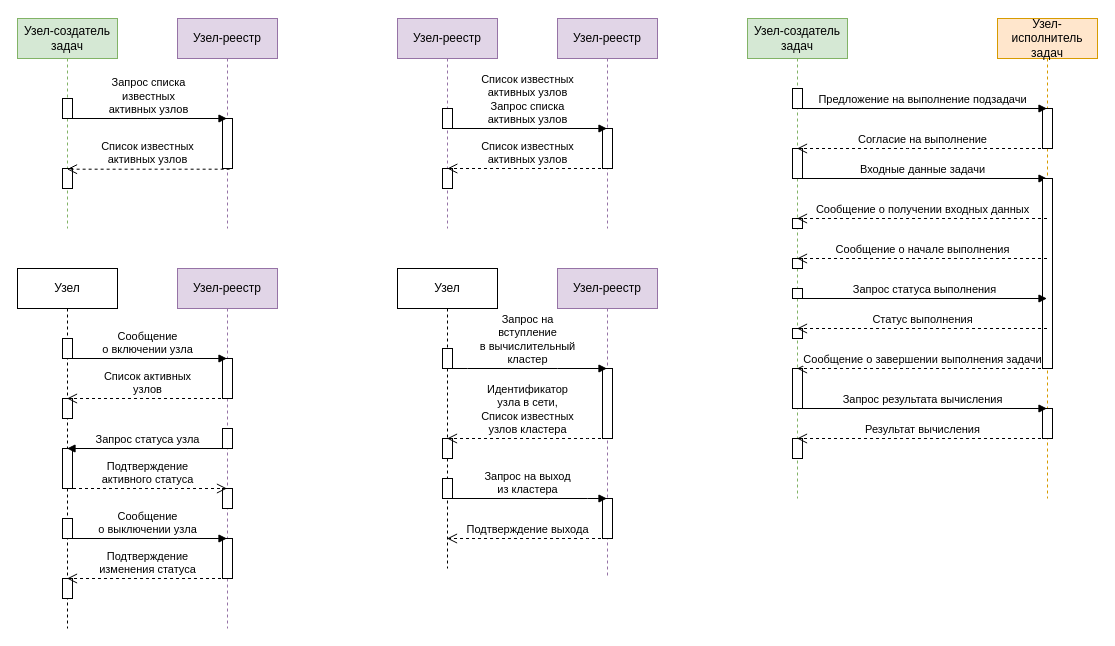
Before: docs/sequences.drawio in PenzaStreetGames/DistributedGridSearch, a draw.io diagram. Source tidied: cells renumbered, new cells numbered last; positions are measured from the earlier drawing's top-left corner, leaving out a move shared by most shapes. Both pictures are drawn from the tidied source at 100%, with x=0, y=0 at pixel (17, 18).
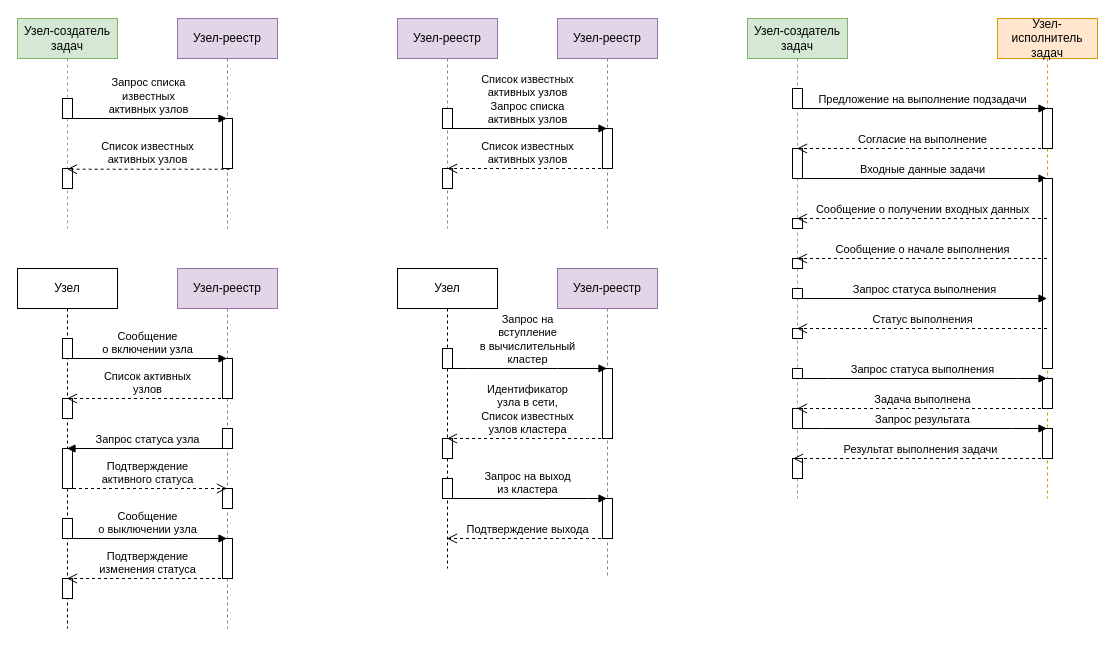
After the change.

The change refers to these unchanged cells:
```xml
<mxCell id="47" value="Узел-создатель задач" style="shape=umlLifeline;perimeter=lifelinePerimeter;whiteSpace=wrap;html=1;outlineConnect=0;fillColor=#d5e8d4;strokeColor=#82b366;" parent="1" vertex="1">
  <mxGeometry x="730" width="100" height="480" as="geometry" />
</mxCell>
<mxCell id="56" value="Узел-исполнитель задач" style="shape=umlLifeline;perimeter=lifelinePerimeter;whiteSpace=wrap;html=1;outlineConnect=0;fillColor=#ffe6cc;strokeColor=#d79b00;" parent="1" vertex="1">
  <mxGeometry x="980" width="100" height="480" as="geometry" />
</mxCell>
```

The edit, as a diff of the source:
```diff
@@
     <mxCell id="53" style="html=1;perimeter=orthogonalPerimeter;" parent="47" vertex="1">
-      <mxGeometry x="45" y="350" width="10" height="40" as="geometry" />
+      <mxGeometry x="45" y="350" width="10" height="10" as="geometry" />
     </mxCell>
@@
     <mxCell id="55" style="html=1;perimeter=orthogonalPerimeter;" parent="47" vertex="1">
-      <mxGeometry x="45" y="420" width="10" height="20" as="geometry" />
+      <mxGeometry x="45" y="390" width="10" height="20" as="geometry" />
     </mxCell>
+    <mxCell id="71" style="html=1;perimeter=orthogonalPerimeter;" parent="47" vertex="1">
+      <mxGeometry x="45" y="440" width="10" height="20" as="geometry" />
+    </mxCell>
@@
+    <mxCell id="72" value="Результат выполнения задачи" style="html=1;verticalAlign=bottom;endArrow=open;dashed=1;endSize=8;rounded=0;" parent="56" edge="1" source="56">
+      <mxGeometry relative="1" as="geometry">
+        <mxPoint x="-204.4" y="440" as="targetPoint" />
+        <Array as="points">
+          <mxPoint x="5.5" y="440" />
+          <mxPoint x="-54.5" y="440" />
+          <mxPoint x="-104.5" y="440" />
+        </Array>
+      </mxGeometry>
+    </mxCell>
@@
     <mxCell id="59" style="html=1;perimeter=orthogonalPerimeter;" parent="56" vertex="1">
-      <mxGeometry x="45" y="390" width="10" height="30" as="geometry" />
+      <mxGeometry x="45" y="360" width="10" height="30" as="geometry" />
     </mxCell>
+    <mxCell id="73" style="html=1;perimeter=orthogonalPerimeter;" parent="56" vertex="1">
+      <mxGeometry x="45" y="410" width="10" height="30" as="geometry" />
+    </mxCell>
@@
-    <mxCell id="66" value="Сообщение о завершении выполнения задачи" style="html=1;verticalAlign=bottom;endArrow=open;dashed=1;endSize=8;rounded=0;" parent="1" edge="1" source="56" target="47">
-      <mxGeometry relative="1" as="geometry">
-        <Array as="points">
-          <mxPoint x="890" y="350" />
-          <mxPoint x="870" y="350" />
-        </Array>
-      </mxGeometry>
-    </mxCell>
-    <mxCell id="67" value="Запрос результата вычисления" style="html=1;verticalAlign=bottom;endArrow=block;rounded=0;startArrow=none;" parent="1" edge="1" source="47" target="56">
+    <mxCell id="67" value="Запрос статуса выполнения" style="html=1;verticalAlign=bottom;endArrow=block;rounded=0;startArrow=none;" parent="1" edge="1" source="47" target="56">
       <mxGeometry relative="1" as="geometry">
         <Array as="points">
-          <mxPoint x="910" y="390" />
+          <mxPoint x="810" y="360" />
+          <mxPoint x="1000" y="360" />
         </Array>
       </mxGeometry>
     </mxCell>
@@
-    <mxCell id="70" value="Результат вычисления" style="html=1;verticalAlign=bottom;endArrow=open;dashed=1;endSize=8;rounded=0;" parent="1" edge="1" source="56" target="47">
+    <mxCell id="70" value="Задача выполнена" style="html=1;verticalAlign=bottom;endArrow=open;dashed=1;endSize=8;rounded=0;" parent="1" edge="1" source="56" target="47">
       <mxGeometry relative="1" as="geometry">
         <Array as="points">
-          <mxPoint x="930" y="420" />
-          <mxPoint x="880" y="420" />
+          <mxPoint x="990" y="390" />
+          <mxPoint x="930" y="390" />
+          <mxPoint x="880" y="390" />
         </Array>
       </mxGeometry>
     </mxCell>
+    <mxCell id="74" value="Запрос результата" style="html=1;verticalAlign=bottom;endArrow=block;rounded=0;startArrow=none;" parent="1" edge="1" source="47" target="56">
+      <mxGeometry relative="1" as="geometry">
+        <Array as="points">
+          <mxPoint x="804.9" y="410" />
+          <mxPoint x="994.9" y="410" />
+        </Array>
+      </mxGeometry>
+    </mxCell>
```
